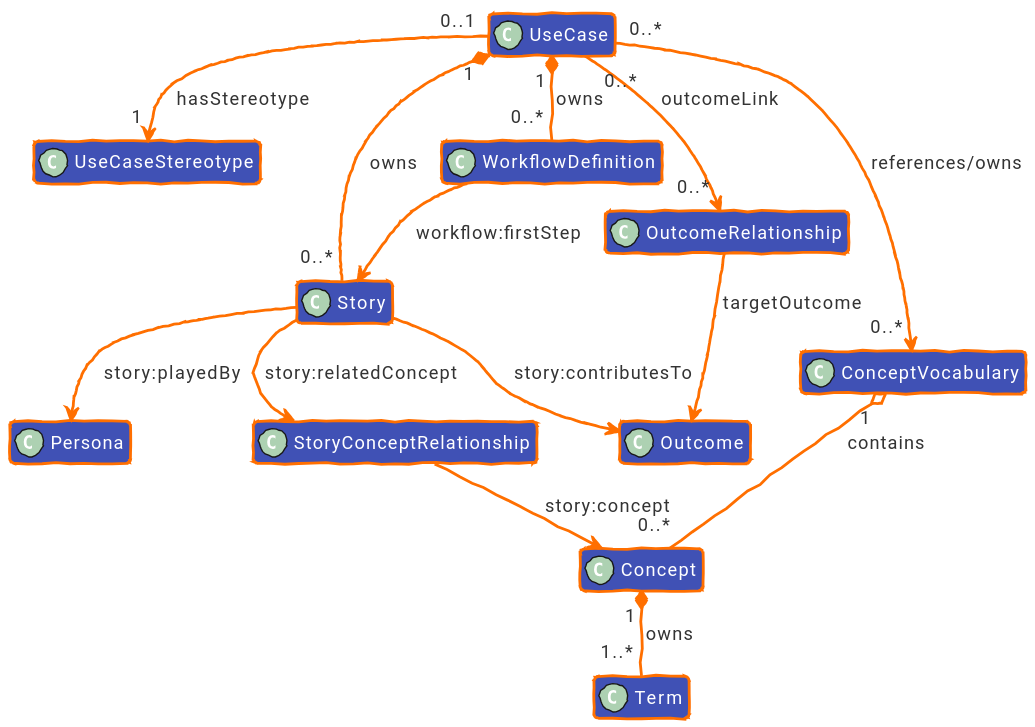
EKGF/ekg-method keeps this PlantUML diagram as diagrams/out/uctm-partial-class-diagram.svg. Above is the earlier version. The source it was exported from:
```plantuml
@startuml
!option handwritten true
!define BG_MAIN_COLOR      #4051b5
!define BG_SECONDARY_COLOR #4051b5
!define BG_PACKAGE_COLOR   #4051b5
!define BORDER_COLOR       #ff6f00
!define FONT_COLOR         #ffffff
!define ARROW_COLOR        #ff6f00

skinparam backgroundColor transparent

skinparam Padding 2
skinparam RoundCorner 6
skinparam Shadowing false
skinparam HyperlinkUnderline true
skinparam HyperlinkColor #ff6f00
skinparam ranksep 40
skinparam nodesep 30
skinparam noteFontColor #000000

skinparam Default {
FontName "Roboto"
FontColor FONT_COLOR
FontSize 13
}

skinparam Arrow {
Color ARROW_COLOR
FontColor #333333
FontStyle normal
Thickness 2
}

skinparam class {
BackgroundColor BG_MAIN_COLOR
BorderColor BORDER_COLOR
BorderThickness 2
FontColor FONT_COLOR
AttributeFontColor FONT_COLOR
ArrowColor ARROW_COLOR
ArrowThickness 2
}

skinparam package {
FontColor FONT_COLOR
BackgroundColor BG_MAIN_COLOR
BorderColor BORDER_COLOR
}

skinparam state {
BackgroundColor BG_MAIN_COLOR
FontColor FONT_COLOR
AttributeFontColor FONT_COLOR
ArrowColor ARROW_COLOR
BorderColor BORDER_COLOR
BorderThickness 2
}

top to bottom direction
hide members

class "UseCase" as UseCase [[/concept/use-case/#ontology]]
class "UseCaseStereotype" as UseCaseStereotype
class "Story" as Story [[/concept/story/#ontology]]
class "WorkflowDefinition" as WorkflowDefinition [[/concept/workflow/#ontology]]
class "Outcome" as Outcome [[/concept/outcome/#ontology]]
class "OutcomeRelationship" as OutcomeRelationship
class "Concept" as Concept [[/concept/concept/#ontology]]
class "ConceptVocabulary" as ConceptVocabulary
class "Term" as Term [[/concept/term/#ontology]]
class "Persona" as Persona [[/concept/persona/#ontology]]

UseCase "1" *-- "0..*" Story : owns
UseCase "1" *-- "0..*" WorkflowDefinition : owns
Concept "1" *-- "1..*" Term : owns

UseCase "0..1" --> "1" UseCaseStereotype : hasStereotype
UseCase "0..*" --> "0..*" OutcomeRelationship : outcomeLink
OutcomeRelationship --> Outcome : targetOutcome
UseCase "0..*" --> "0..*" ConceptVocabulary : references/owns
ConceptVocabulary "1" o-- "0..*" Concept : contains

Story --> Persona : story:playedBy
Story --> Outcome : story:contributesTo
Story --> StoryConceptRelationship : story:relatedConcept
StoryConceptRelationship --> Concept: story:concept
WorkflowDefinition --> Story : workflow:firstStep
@enduml
```
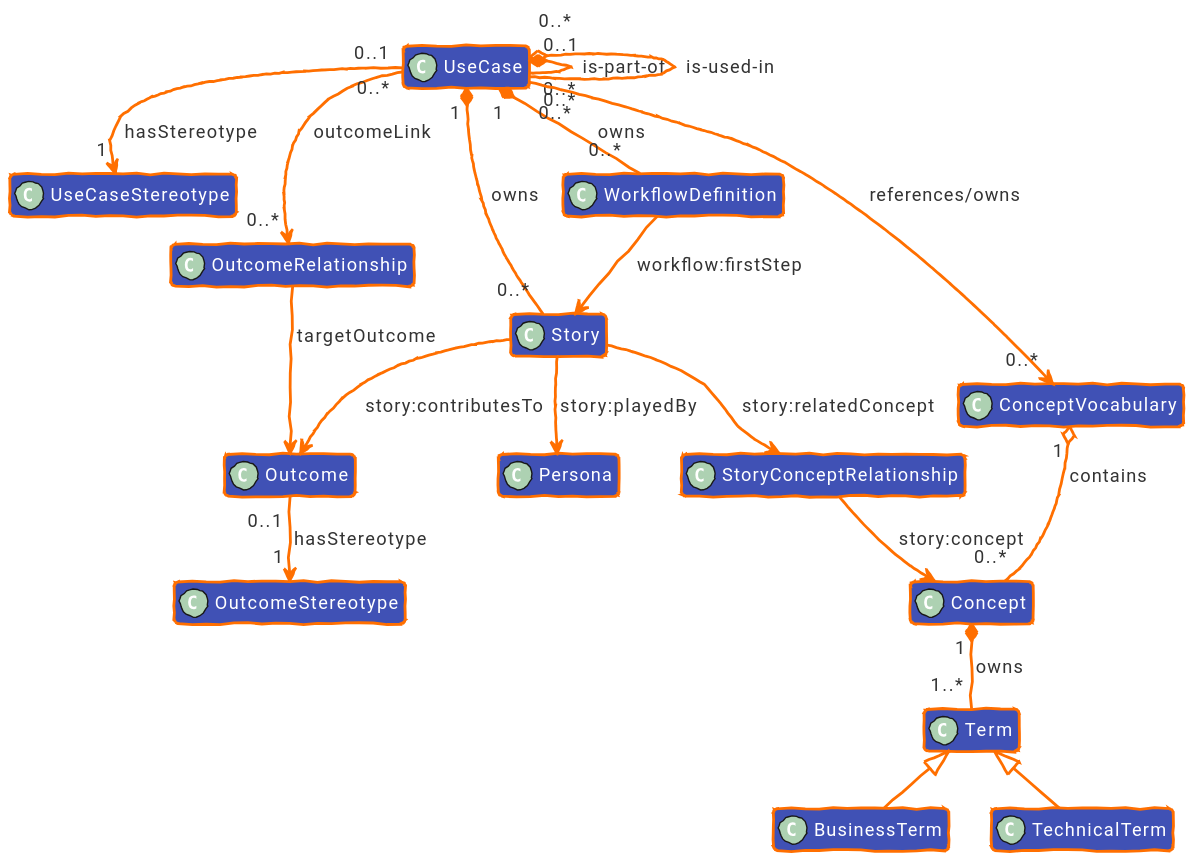
Later version of the same file.

Diff of the diagram source:
```diff
@@ -60,21 +60,31 @@
 hide members
 
 class "UseCase" as UseCase [[/concept/use-case/#ontology]]
-class "UseCaseStereotype" as UseCaseStereotype
+class "UseCaseStereotype" as UseCaseStereotype [[/concept/use-case/use-case-stereotype/#ontology]]
 class "Story" as Story [[/concept/story/#ontology]]
 class "WorkflowDefinition" as WorkflowDefinition [[/concept/workflow/#ontology]]
 class "Outcome" as Outcome [[/concept/outcome/#ontology]]
-class "OutcomeRelationship" as OutcomeRelationship
+class "OutcomeStereotype" as OutcomeStereotype [[/concept/outcome/outcome-stereotype/#ontology]]
+class "OutcomeRelationship" as OutcomeRelationship [[/concept/outcome/outcome-relationship/#ontology]]
 class "Concept" as Concept [[/concept/concept/#ontology]]
-class "ConceptVocabulary" as ConceptVocabulary
+class "ConceptVocabulary" as ConceptVocabulary [[/concept/concept/concept-vocabulary/#ontology]]
 class "Term" as Term [[/concept/term/#ontology]]
+class "BusinessTerm" as BusinessTerm [[/concept/term/business-term/#ontology]]
+class "TechnicalTerm" as TechnicalTerm [[/concept/term/technical-term/#ontology]]
 class "Persona" as Persona [[/concept/persona/#ontology]]
+class "StoryConceptRelationship" as StoryConceptRelationship [[/concept/concept/story-concept-relationship/#ontology]]
 
 UseCase "1" *-- "0..*" Story : owns
 UseCase "1" *-- "0..*" WorkflowDefinition : owns
+UseCase "0..1" *-- "0..*" UseCase : is-part-of
+UseCase "0..*" o-- "0..*" UseCase : is-used-in
 Concept "1" *-- "1..*" Term : owns
 
+Term <|-- BusinessTerm
+Term <|-- TechnicalTerm
+
 UseCase "0..1" --> "1" UseCaseStereotype : hasStereotype
+Outcome "0..1" --> "1" OutcomeStereotype : hasStereotype
 UseCase "0..*" --> "0..*" OutcomeRelationship : outcomeLink
 OutcomeRelationship --> Outcome : targetOutcome
 UseCase "0..*" --> "0..*" ConceptVocabulary : references/owns
```
